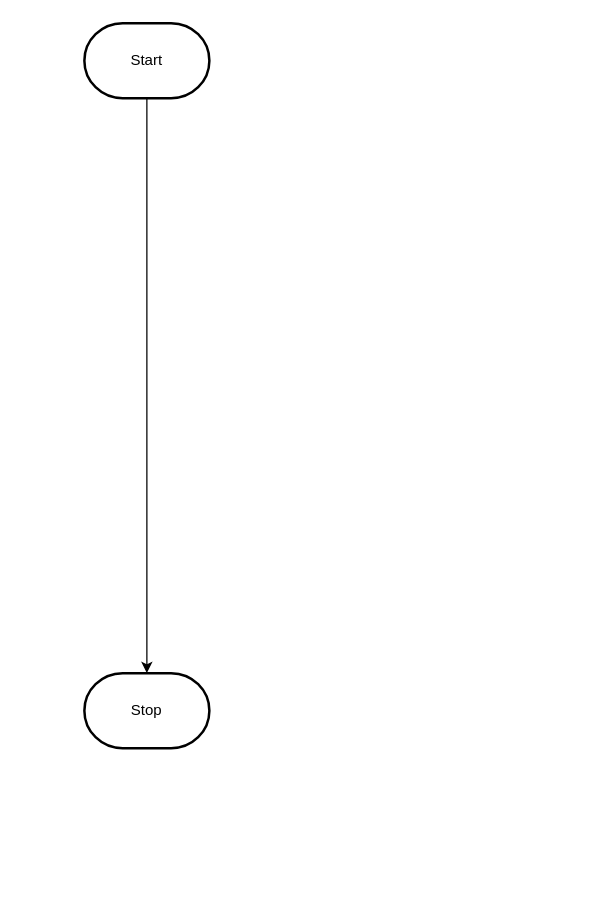
Earlier version of the draw.io diagram design/flowchart.drawio (MTHS-ICD2O-1-2024/ICD2O-Unit-6-02-Trisha-Ray). Source tidied: cells renumbered, new cells numbered last; positions are measured from the earlier drawing's top-left corner, leaving out a move shared by most shapes. Both pictures are drawn from the tidied source at 125%, with x=0, y=0 at pixel (84, 22).
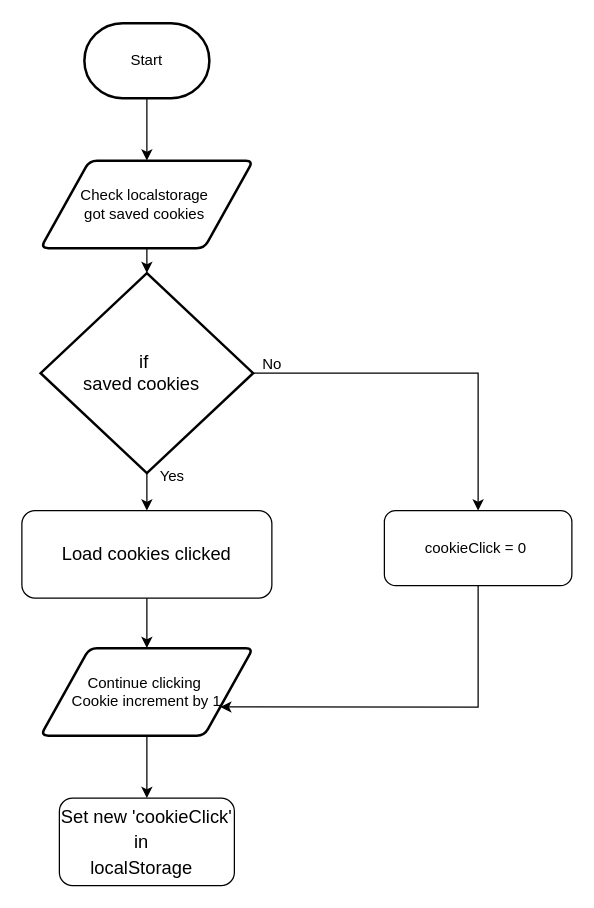
The same page after the edit.

Unchanged cells that the change refers to:
```xml
<mxCell id="3" value="Start" style="strokeWidth=2;html=1;shape=mxgraph.flowchart.terminator;whiteSpace=wrap;" parent="1" vertex="1">
  <mxGeometry width="100" height="60" as="geometry" />
</mxCell>
```

What changed in the source:
```diff
@@
-    <mxCell id="2" style="edgeStyle=orthogonalEdgeStyle;html=1;rounded=0;" parent="1" edge="1" source="3" target="4">
-      <mxGeometry relative="1" as="geometry" />
-    </mxCell>
+    <mxCell id="5" style="edgeStyle=none;html=1;" parent="1" edge="1" source="3" target="12">
+      <mxGeometry relative="1" as="geometry" />
+    </mxCell>
@@
-    <mxCell id="4" value="Stop" style="strokeWidth=2;html=1;shape=mxgraph.flowchart.terminator;whiteSpace=wrap;" parent="1" vertex="1">
-      <mxGeometry y="520" width="100" height="60" as="geometry" />
-    </mxCell>
+    <mxCell id="6" style="edgeStyle=none;html=1;" parent="1" edge="1" source="8" target="10">
+      <mxGeometry relative="1" as="geometry" />
+    </mxCell>
+    <mxCell id="7" style="edgeStyle=none;html=1;exitX=1;exitY=0.5;exitDx=0;exitDy=0;exitPerimeter=0;entryX=0.5;entryY=0;entryDx=0;entryDy=0;rounded=0;curved=0;" parent="1" edge="1" source="8" target="15">
+      <mxGeometry relative="1" as="geometry">
+        <Array as="points">
+          <mxPoint x="315" y="280" />
+        </Array>
+      </mxGeometry>
+    </mxCell>
+    <mxCell id="8" value="&lt;span id=&quot;docs-internal-guid-f8089753-7fff-d2ec-27eb-0ec244b5fcc3&quot;&gt;&lt;span style=&quot;font-size: 11pt; font-family: Arial, sans-serif; color: rgb(0, 0, 0); background-color: transparent; font-variant-numeric: normal; font-variant-east-asian: normal; font-variant-alternates: normal; font-variant-position: normal; font-variant-emoji: normal; vertical-align: baseline; white-space-collapse: preserve;&quot;&gt;if &lt;/span&gt;&lt;/span&gt;&lt;div&gt;&lt;span&gt;&lt;span style=&quot;font-size: 11pt; font-family: Arial, sans-serif; color: rgb(0, 0, 0); background-color: transparent; font-variant-numeric: normal; font-variant-east-asian: normal; font-variant-alternates: normal; font-variant-position: normal; font-variant-emoji: normal; vertical-align: baseline; white-space-collapse: preserve;&quot;&gt;saved cookies&amp;nbsp; &lt;/span&gt;&lt;/span&gt;&lt;/div&gt;" style="strokeWidth=2;html=1;shape=mxgraph.flowchart.decision;whiteSpace=wrap;" parent="1" vertex="1">
+      <mxGeometry x="-35" y="200" width="170" height="160" as="geometry" />
+    </mxCell>
+    <mxCell id="9" style="edgeStyle=none;html=1;" parent="1" edge="1" source="19" target="13">
+      <mxGeometry relative="1" as="geometry" />
+    </mxCell>
+    <mxCell id="10" value="&lt;span style=&quot;font-size: 14.6667px; white-space-collapse: preserve;&quot; id=&quot;docs-internal-guid-9b5640c9-7fff-79d0-cda7-18ecfd8e9bd7&quot;&gt;&lt;p style=&quot;line-height:1.38;margin-top:0pt;margin-bottom:0pt;&quot; dir=&quot;ltr&quot;&gt;&lt;font face=&quot;Arial, sans-serif&quot; color=&quot;#000000&quot;&gt;Load cookies clicked&lt;/font&gt;&lt;/p&gt;&lt;/span&gt;" style="html=1;dashed=0;whiteSpace=wrap;rounded=1;" parent="1" vertex="1">
+      <mxGeometry x="-50" y="390" width="200" height="70" as="geometry" />
+    </mxCell>
+    <mxCell id="11" style="edgeStyle=none;html=1;" parent="1" edge="1" source="12" target="8">
+      <mxGeometry relative="1" as="geometry" />
+    </mxCell>
+    <mxCell id="12" value="Check localstorage&amp;nbsp;&lt;div&gt;got saved cookies&amp;nbsp;&lt;/div&gt;" style="shape=parallelogram;html=1;strokeWidth=2;perimeter=parallelogramPerimeter;whiteSpace=wrap;rounded=1;arcSize=12;size=0.23;" parent="1" vertex="1">
+      <mxGeometry x="-35" y="110" width="170" height="70" as="geometry" />
+    </mxCell>
+    <mxCell id="13" value="&lt;span id=&quot;docs-internal-guid-68c710e0-7fff-7021-15c7-e4c505b44925&quot;&gt;&lt;p style=&quot;line-height:1.38;margin-top:0pt;margin-bottom:0pt;&quot; dir=&quot;ltr&quot;&gt;&lt;span style=&quot;font-size: 11pt; font-family: Arial, sans-serif; color: rgb(0, 0, 0); background-color: transparent; font-variant-numeric: normal; font-variant-east-asian: normal; font-variant-alternates: normal; font-variant-position: normal; font-variant-emoji: normal; vertical-align: baseline; white-space-collapse: preserve;&quot;&gt;Set new 'cookieClick' in&amp;nbsp;&amp;nbsp;&lt;/span&gt;&lt;/p&gt;&lt;p style=&quot;line-height:1.38;margin-top:0pt;margin-bottom:0pt;&quot; dir=&quot;ltr&quot;&gt;&lt;span style=&quot;font-size: 11pt; font-family: Arial, sans-serif; color: rgb(0, 0, 0); background-color: transparent; font-variant-numeric: normal; font-variant-east-asian: normal; font-variant-alternates: normal; font-variant-position: normal; font-variant-emoji: normal; vertical-align: baseline; white-space-collapse: preserve;&quot;&gt;&amp;nbsp;localStorage &amp;nbsp; &lt;/span&gt;&lt;/p&gt;&lt;/span&gt;" style="html=1;dashed=0;whiteSpace=wrap;rounded=1;" parent="1" vertex="1">
+      <mxGeometry x="-20" y="620" width="140" height="70" as="geometry" />
+    </mxCell>
+    <mxCell id="14" style="edgeStyle=orthogonalEdgeStyle;html=1;entryX=1;entryY=0.75;entryDx=0;entryDy=0;rounded=0;curved=0;" parent="1" edge="1" source="15" target="19">
+      <mxGeometry relative="1" as="geometry">
+        <Array as="points">
+          <mxPoint x="315" y="547" />
+        </Array>
+      </mxGeometry>
+    </mxCell>
+    <mxCell id="15" value="cookieClick = 0&amp;nbsp;" style="html=1;dashed=0;whiteSpace=wrap;rounded=1;" parent="1" vertex="1">
+      <mxGeometry x="240" y="390" width="150" height="60" as="geometry" />
+    </mxCell>
+    <mxCell id="16" value="Yes" style="text;html=1;align=center;verticalAlign=middle;strokeColor=none;fillColor=none;" parent="1" vertex="1">
+      <mxGeometry x="50" y="348" width="40" height="30" as="geometry" />
+    </mxCell>
+    <mxCell id="17" value="No" style="text;html=1;align=center;verticalAlign=middle;strokeColor=none;fillColor=none;" parent="1" vertex="1">
+      <mxGeometry x="130" y="258" width="40" height="30" as="geometry" />
+    </mxCell>
+    <mxCell id="18" style="edgeStyle=none;html=1;" parent="1" edge="1" source="10" target="19">
+      <mxGeometry relative="1" as="geometry" />
+    </mxCell>
+    <mxCell id="19" value="Continue clicking&amp;nbsp;&lt;div&gt;Cookie increment by 1&lt;/div&gt;" style="shape=parallelogram;html=1;strokeWidth=2;perimeter=parallelogramPerimeter;whiteSpace=wrap;rounded=1;arcSize=12;size=0.23;" parent="1" vertex="1">
+      <mxGeometry x="-35" y="500" width="170" height="70" as="geometry" />
+    </mxCell>
```
